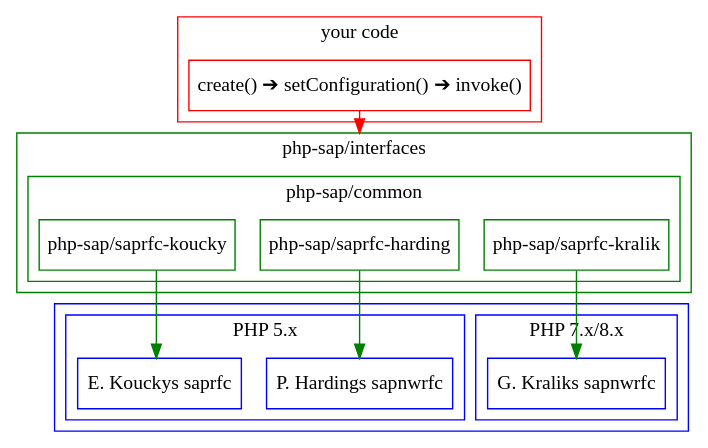
This is res/php-sap.svg from php-sap/php-sap.github.io, a PlantUML export, as it was before one commit. Its source is kept beside it as res/php-sap.puml. The source it was exported from:
```plantuml
@startuml
digraph G {
    node [shape=box];
    compound=true;
    splines=ortho;
    subgraph cluster1 {
        color=blue;
        node [color=blue];
        subgraph cluster11 {
            label="PHP 7.x/8.x"
            sapnwrfc7 [label="G. Kraliks sapnwrfc"];
        }
        subgraph cluster12 {
            label="PHP 5.x"
            sapnwrfc5 [label="P. Hardings sapnwrfc"];
            saprfc [label="E. Kouckys saprfc"];
        }
    }
    subgraph cluster2 {
        color=green;
        node [color=green];
        label="php-sap/interfaces"
        subgraph cluster21 {
            label="php-sap/common"
            "php-sap/saprfc-koucky" -> saprfc [color=green];
            "php-sap/saprfc-harding" -> sapnwrfc5 [color=green];
            "php-sap/saprfc-kralik" -> sapnwrfc7 [color=green];
        }
    }
    subgraph cluster3 {
        color=red;
        node [color=red];
        label="your code";
        yourcode [label="create() ➔ setConfiguration() ➔ invoke()"];
    }
    yourcode -> "php-sap/saprfc-harding" [lhead=cluster2 color=red];
}
@enduml
```
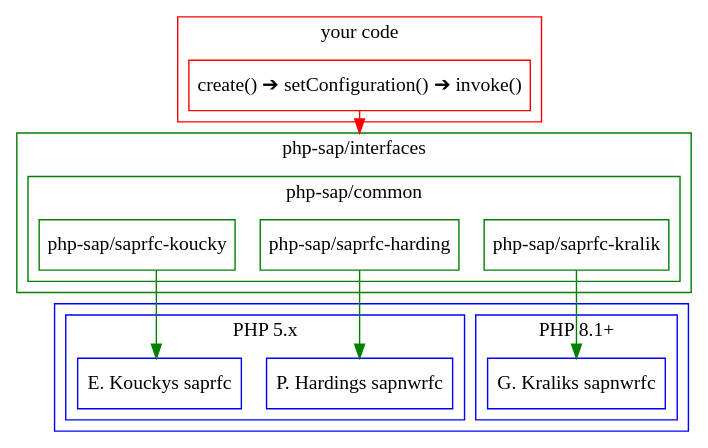
The same file after the commit.

Commit message:
Update PHP version for sapnwrfc and adjust related documentation

Change to the diagram source:
```diff
@@ -7,8 +7,8 @@
         color=blue;
         node [color=blue];
         subgraph cluster11 {
-            label="PHP 7.x/8.x"
-            sapnwrfc7 [label="G. Kraliks sapnwrfc"];
+            label="PHP 8.1+"
+            sapnwrfc [label="G. Kraliks sapnwrfc"];
         }
         subgraph cluster12 {
             label="PHP 5.x"
@@ -24,7 +24,7 @@
             label="php-sap/common"
             "php-sap/saprfc-koucky" -> saprfc [color=green];
             "php-sap/saprfc-harding" -> sapnwrfc5 [color=green];
-            "php-sap/saprfc-kralik" -> sapnwrfc7 [color=green];
+            "php-sap/saprfc-kralik" -> sapnwrfc [color=green];
         }
     }
     subgraph cluster3 {
```
